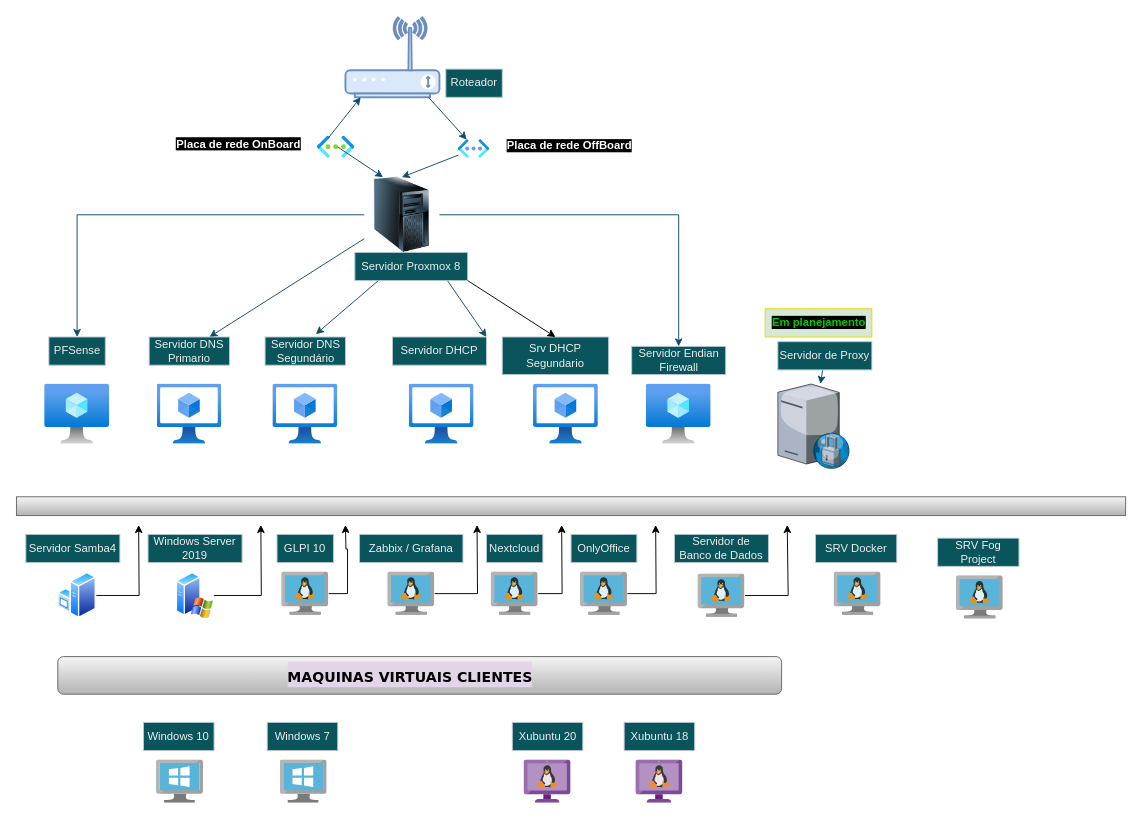
This is Diagrama do sevidor local-proxmox7.drawio from washigtonpa/SERVIDOR_LOCAL_PROXMOX, a draw.io file, before an edit. Source tidied: cells renumbered, new cells numbered last; positions are measured from the earlier drawing's top-left corner, leaving out a move shared by most shapes. Both pictures are drawn from the tidied source at 94%, with x=0, y=0 at pixel (16, 17).
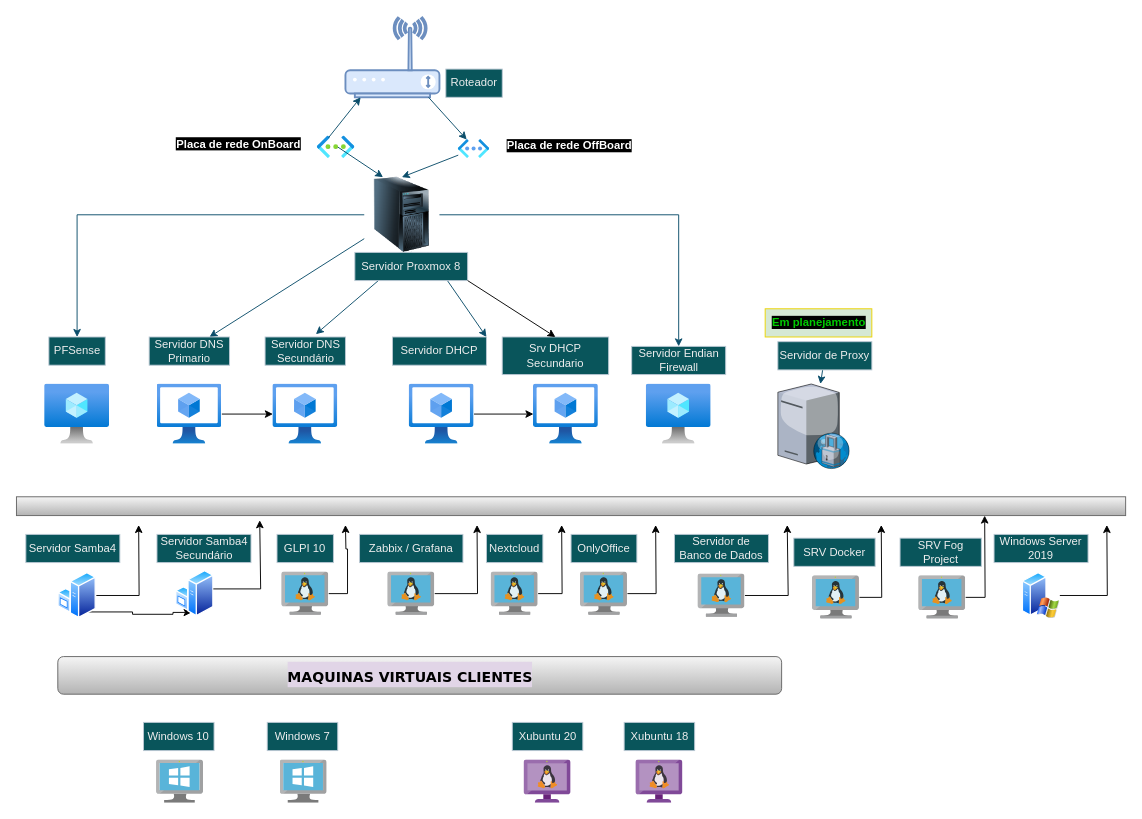
The same diagram, later.

Unchanged cells that the change refers to:
```xml
<mxCell id="20" style="image;html=1;points=[];align=center;fontSize=12;image=img/lib/azure2/compute/Virtual_Machines_Classic.svg;strokeColor=#BAC8D3;fontColor=#EEEEEE;fillColor=#09555B;" parent="1" vertex="1">
  <mxGeometry x="149.5" y="390" width="69" height="64" as="geometry" />
</mxCell>
<mxCell id="22" style="image;html=1;points=[];align=center;fontSize=12;image=img/lib/azure2/compute/Virtual_Machines_Classic.svg;strokeColor=#BAC8D3;fontColor=#EEEEEE;fillColor=#09555B;" parent="1" vertex="1">
  <mxGeometry x="417.8" y="390" width="69" height="64" as="geometry" />
</mxCell>
<mxCell id="24" style="image;html=1;points=[];align=center;fontSize=12;image=img/lib/azure2/compute/Virtual_Machines_Classic.svg;strokeColor=#BAC8D3;fontColor=#EEEEEE;fillColor=#09555B;" parent="1" vertex="1">
  <mxGeometry x="272.8" y="390" width="69" height="64" as="geometry" />
</mxCell>
<mxCell id="65" style="image;html=1;points=[];align=center;fontSize=12;image=img/lib/azure2/compute/Virtual_Machines_Classic.svg;strokeColor=#BAC8D3;fontColor=#EEEEEE;fillColor=#09555B;" parent="1" vertex="1">
  <mxGeometry x="550" y="390" width="69" height="64" as="geometry" />
</mxCell>
<mxCell id="69" style="image;sketch=0;html=1;points=[];align=center;fontSize=12;image=img/lib/mscae/VM_Linux.svg;" parent="68" vertex="1">
  <mxGeometry x="19.8" y="40" width="50" height="46" as="geometry" />
</mxCell>
<mxCell id="72" style="image;sketch=0;html=1;points=[];align=center;fontSize=12;image=img/lib/mscae/VM_Linux.svg;" parent="71" vertex="1">
  <mxGeometry x="19.8" y="40" width="50" height="46" as="geometry" />
</mxCell>
```

What changed in the source:
```diff
@@
+    <mxCell id="74" style="edgeStyle=orthogonalEdgeStyle;rounded=0;jettySize=auto;html=1;" parent="1" edge="1" source="20" target="24">
+      <mxGeometry relative="1" as="geometry" />
+    </mxCell>
@@
+    <mxCell id="75" style="edgeStyle=orthogonalEdgeStyle;rounded=0;jettySize=auto;html=1;" parent="1" edge="1" source="22" target="65">
+      <mxGeometry relative="1" as="geometry" />
+    </mxCell>
@@
-    <mxCell id="25" value="Servidor DNS Segundário" style="text;align=center;html=1;verticalAlign=middle;whiteSpace=wrap;rounded=0;labelBackgroundColor=none;fillColor=#09555B;fontColor=#EEEEEE;strokeColor=#BAC8D3;" parent="1" vertex="1">
+    <mxCell id="25" value="Servidor DNS Secundário" style="text;align=center;html=1;verticalAlign=middle;whiteSpace=wrap;rounded=0;labelBackgroundColor=none;fillColor=#09555B;fontColor=#EEEEEE;strokeColor=#BAC8D3;" parent="1" vertex="1">
       <mxGeometry x="264.5" y="340" width="85.5" height="30" as="geometry" />
     </mxCell>
@@
-    <mxCell id="33" style="edgeStyle=orthogonalEdgeStyle;rounded=0;jettySize=auto;html=1;" parent="1" edge="1" source="34">
-      <mxGeometry relative="1" as="geometry">
-        <mxPoint x="260" y="540" as="targetPoint" />
-      </mxGeometry>
-    </mxCell>
-    <mxCell id="34" style="image;perimeter=ellipsePerimeter;html=1;align=center;shadow=0;dashed=0;spacingTop=3;image=img/lib/active_directory/windows_server_2.svg;" parent="1" vertex="1">
-      <mxGeometry x="170" y="590" width="40" height="50" as="geometry" />
-    </mxCell>
@@
+    <mxCell id="76" style="edgeStyle=orthogonalEdgeStyle;rounded=0;orthogonalLoop=1;jettySize=auto;html=1;exitX=0.75;exitY=1;exitDx=0;exitDy=0;entryX=0.5;entryY=1;entryDx=0;entryDy=0;" parent="1" edge="1">
+      <mxGeometry relative="1" as="geometry">
+        <mxPoint x="70" y="632.5" as="sourcePoint" />
+        <mxPoint x="186.3" y="633" as="targetPoint" />
+        <Array as="points">
+          <mxPoint x="123.5" y="633" />
+          <mxPoint x="123.5" y="635" />
+          <mxPoint x="166.5" y="635" />
+          <mxPoint x="166.5" y="633" />
+        </Array>
+      </mxGeometry>
+    </mxCell>
@@
-    <mxCell id="38" value="Windows Server 2019" style="text;align=center;html=1;verticalAlign=middle;whiteSpace=wrap;rounded=0;labelBackgroundColor=none;fillColor=#09555B;fontColor=#EEEEEE;strokeColor=#BAC8D3;" parent="1" vertex="1">
-      <mxGeometry x="140" y="550" width="100" height="30" as="geometry" />
-    </mxCell>
@@
-    <mxCell id="66" value="Srv DHCP Segundario" style="text;align=center;html=1;verticalAlign=middle;whiteSpace=wrap;rounded=0;labelBackgroundColor=none;fillColor=#09555B;fontColor=#EEEEEE;strokeColor=#BAC8D3;" parent="1" vertex="1">
+    <mxCell id="66" value="Srv DHCP Secundario" style="text;align=center;html=1;verticalAlign=middle;whiteSpace=wrap;rounded=0;labelBackgroundColor=none;fillColor=#09555B;fontColor=#EEEEEE;strokeColor=#BAC8D3;" parent="1" vertex="1">
       <mxGeometry x="516.8" y="340" width="113.2" height="40" as="geometry" />
     </mxCell>
@@
     <mxCell id="68" style="group;" parent="1" vertex="1">
-      <mxGeometry x="850" y="550" width="86.5" height="86" as="geometry" />
+      <mxGeometry x="827" y="554" width="86.5" height="86" as="geometry" />
     </mxCell>
+    <mxCell id="77" style="edgeStyle=orthogonalEdgeStyle;rounded=0;jettySize=auto;html=1;" parent="68" edge="1" source="69">
+      <mxGeometry relative="1" as="geometry">
+        <mxPoint x="93" y="-14" as="targetPoint" />
+      </mxGeometry>
+    </mxCell>
@@
     <mxCell id="71" style="group;" parent="1" vertex="1">
-      <mxGeometry x="980" y="554" width="86.5" height="86" as="geometry" />
+      <mxGeometry x="940" y="554" width="86.5" height="86" as="geometry" />
     </mxCell>
+    <mxCell id="78" style="edgeStyle=orthogonalEdgeStyle;rounded=0;jettySize=auto;html=1;" parent="71" edge="1" source="72">
+      <mxGeometry relative="1" as="geometry">
+        <mxPoint x="90" y="-24" as="targetPoint" />
+      </mxGeometry>
+    </mxCell>
@@
+    <mxCell id="79" style="group;" parent="1" vertex="1">
+      <mxGeometry x="1040" y="540" width="120" height="100" as="geometry" />
+    </mxCell>
+    <mxCell id="33" style="edgeStyle=orthogonalEdgeStyle;rounded=0;jettySize=auto;html=1;" parent="79" edge="1" source="34">
+      <mxGeometry relative="1" as="geometry">
+        <mxPoint x="120" as="targetPoint" />
+      </mxGeometry>
+    </mxCell>
+    <mxCell id="34" style="image;perimeter=ellipsePerimeter;html=1;align=center;shadow=0;dashed=0;spacingTop=3;image=img/lib/active_directory/windows_server_2.svg;" parent="79" vertex="1">
+      <mxGeometry x="30" y="50" width="40" height="50" as="geometry" />
+    </mxCell>
+    <mxCell id="38" value="Windows Server 2019" style="text;align=center;html=1;verticalAlign=middle;whiteSpace=wrap;rounded=0;labelBackgroundColor=none;fillColor=#09555B;fontColor=#EEEEEE;strokeColor=#BAC8D3;" parent="79" vertex="1">
+      <mxGeometry y="10" width="100" height="30" as="geometry" />
+    </mxCell>
+    <mxCell id="80" style="edgeStyle=orthogonalEdgeStyle;rounded=0;orthogonalLoop=1;jettySize=auto;html=1;" parent="1" edge="1">
+      <mxGeometry relative="1" as="geometry">
+        <mxPoint x="199" y="608" as="sourcePoint" />
+        <mxPoint x="258.8" y="535" as="targetPoint" />
+        <Array as="points">
+          <mxPoint x="259.8" y="608" />
+        </Array>
+      </mxGeometry>
+    </mxCell>
+    <mxCell id="81" style="image;perimeter=ellipsePerimeter;html=1;align=center;shadow=0;dashed=0;spacingTop=3;image=img/lib/active_directory/windows_server.svg;" parent="1" vertex="1">
+      <mxGeometry x="169.2" y="588" width="41" height="50" as="geometry" />
+    </mxCell>
+    <mxCell id="82" value="Servidor Samba4 Secundário" style="text;align=center;html=1;verticalAlign=middle;whiteSpace=wrap;rounded=0;labelBackgroundColor=none;fillColor=#09555B;fontColor=#EEEEEE;strokeColor=#BAC8D3;" parent="1" vertex="1">
+      <mxGeometry x="149.5" y="550" width="100" height="30" as="geometry" />
+    </mxCell>
```
